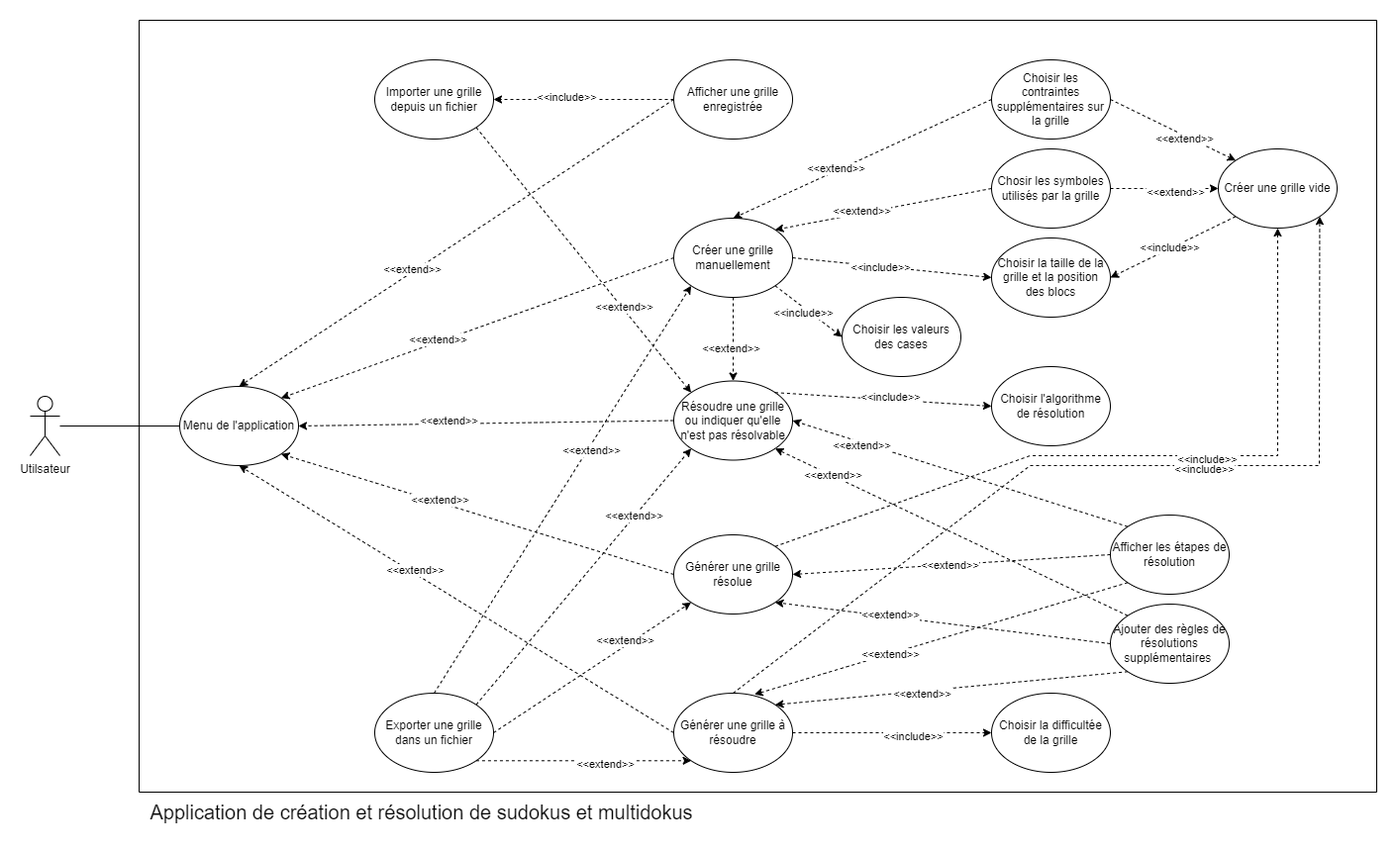
This is doc/diagrammes/Diagramme_cas_utilisations.drawio.png from zulianc/S5-sudoku, a draw.io export, as it was before one commit. Source tidied: cells renumbered, new cells last; positions are measured from the earlier drawing's top-left corner, leaving out a move shared by most shapes.
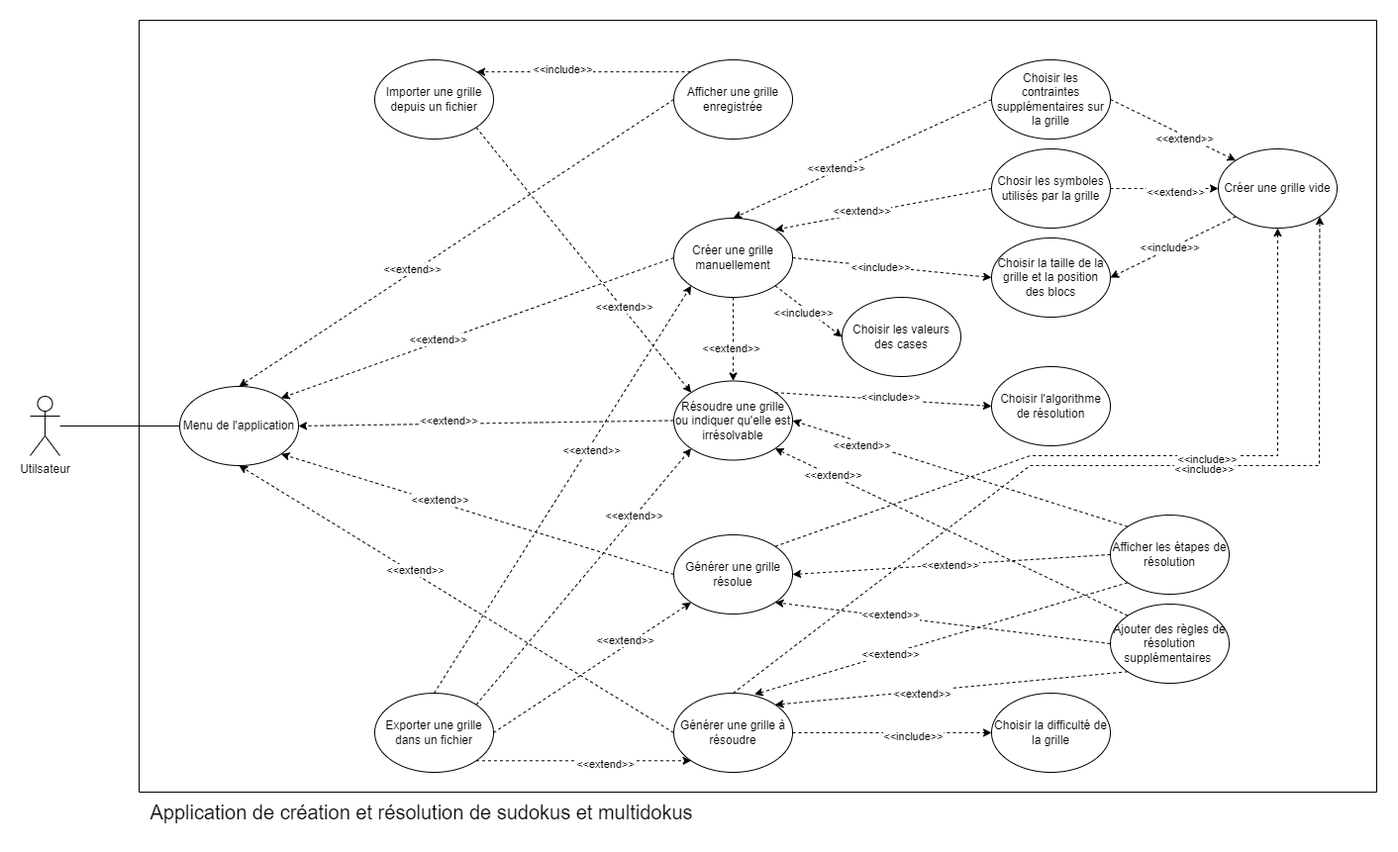
After the change.

Commit message:
Mise à jour diagramme cas utilisations

Change to the diagram source:
```diff
@@ -17,7 +17,7 @@
     <mxCell id="6" value="Générer une grille résolue" style="ellipse;whiteSpace=wrap;html=1;" parent="1" vertex="1">
       <mxGeometry x="650" y="520" width="120" height="80" as="geometry" />
     </mxCell>
-    <mxCell id="7" value="Résoudre une grille ou indiquer qu'elle n'est pas résolvable" style="ellipse;whiteSpace=wrap;html=1;" parent="1" vertex="1">
+    <mxCell id="7" value="Résoudre une grille ou indiquer qu'elle est irrésolvable" style="ellipse;whiteSpace=wrap;html=1;" parent="1" vertex="1">
       <mxGeometry x="650" y="364.5" width="120" height="80" as="geometry" />
     </mxCell>
     <mxCell id="8" value="Créer une grille manuellement" style="ellipse;whiteSpace=wrap;html=1;" parent="1" vertex="1">
@@ -32,7 +32,7 @@
     <mxCell id="11" value="Exporter une grille dans un fichier" style="ellipse;whiteSpace=wrap;html=1;" parent="1" vertex="1">
       <mxGeometry x="348" y="680" width="120" height="80" as="geometry" />
     </mxCell>
-    <mxCell id="12" value="Choisir la difficultée de la grille" style="ellipse;whiteSpace=wrap;html=1;" parent="1" vertex="1">
+    <mxCell id="12" value="Choisir la difficulté de la grille" style="ellipse;whiteSpace=wrap;html=1;" parent="1" vertex="1">
       <mxGeometry x="971" y="680" width="120" height="80" as="geometry" />
     </mxCell>
     <mxCell id="13" value="Choisir la taille de la grille et la position des blocs" style="ellipse;whiteSpace=wrap;html=1;" parent="1" vertex="1">
@@ -111,7 +111,7 @@
     <mxCell id="36" value="&amp;lt;&amp;lt;extend&amp;gt;&amp;gt;" style="edgeLabel;html=1;align=center;verticalAlign=middle;" parent="35" vertex="1">
       <mxGeometry x="0.2" y="-3" relative="1" as="geometry" />
     </mxCell>
-    <mxCell id="37" style="endArrow=classic;html=1;rounded=0;dashed=1;entryX=1;entryY=0.5;entryDx=0;entryDy=0;exitX=0;exitY=0.5;exitDx=0;exitDy=0;" parent="1" edge="1" source="9" target="10">
+    <mxCell id="37" style="endArrow=classic;html=1;rounded=0;dashed=1;entryX=1;entryY=0;entryDx=0;entryDy=0;exitX=0;exitY=0;exitDx=0;exitDy=0;" parent="1" edge="1" source="9" target="10">
       <mxGeometry relative="1" as="geometry" />
     </mxCell>
     <mxCell id="38" value="&amp;lt;&amp;lt;include&amp;gt;&amp;gt;" style="edgeLabel;html=1;align=center;verticalAlign=middle;" parent="37" vertex="1">
@@ -192,7 +192,7 @@
     <mxCell id="59" value="Choisir l'algorithme de résolution" style="ellipse;whiteSpace=wrap;html=1;" parent="57" vertex="1">
       <mxGeometry x="861" y="350" width="120" height="80" as="geometry" />
     </mxCell>
-    <mxCell id="60" value="Ajouter des règles de résolutions supplémentaires&amp;nbsp;" style="ellipse;whiteSpace=wrap;html=1;" parent="57" vertex="1">
+    <mxCell id="60" value="Ajouter des règles de résolution supplémentaires&amp;nbsp;" style="ellipse;whiteSpace=wrap;html=1;" parent="57" vertex="1">
       <mxGeometry x="981" y="590" width="120" height="80" as="geometry" />
     </mxCell>
     <mxCell id="61" value="Application de création et résolution de sudokus et multidokus" style="text;html=1;align=center;verticalAlign=middle;strokeColor=none;fillColor=none;fontSize=20;" parent="1" vertex="1">
```
